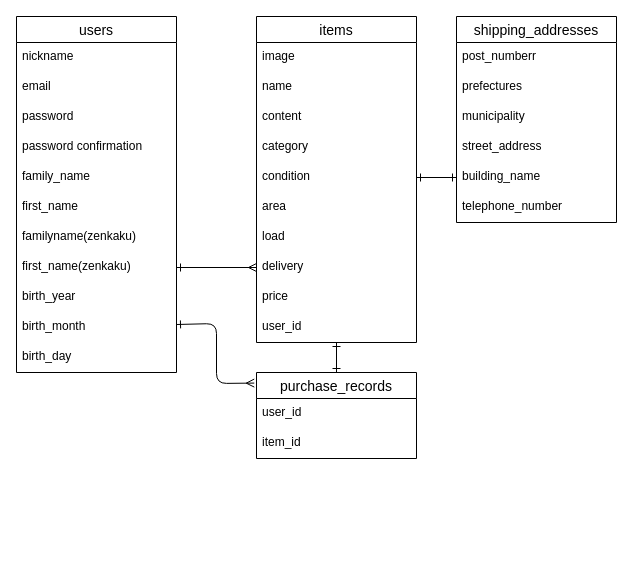
This is furima.dio from atk1825/furima-40553, a draw.io file, before an edit. Source tidied: cells renumbered, new cells numbered last; positions are measured from the earlier drawing's top-left corner, leaving out a move shared by most shapes. Both pictures are drawn from the tidied source at 100%, with x=0, y=0 at pixel (16, 16).
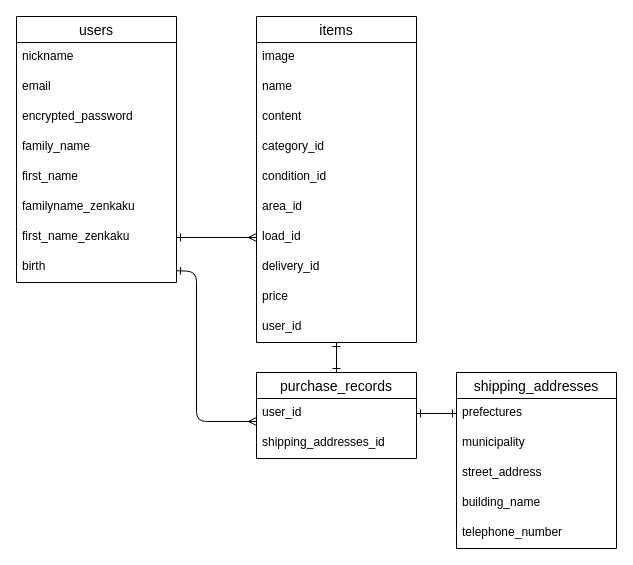
The same diagram, later.

The change refers to these unchanged cells:
```xml
<mxCell id="2" value="items" style="swimlane;fontStyle=0;horizontal=1;startSize=26;align=center;fontSize=14;" parent="1" vertex="1">
  <mxGeometry x="240" width="160" height="326" as="geometry" />
</mxCell>
<mxCell id="32" value="purchase_records" style="swimlane;fontStyle=0;horizontal=1;startSize=26;align=center;fontSize=14;" parent="1" vertex="1">
  <mxGeometry x="240" y="356" width="160" height="86" as="geometry" />
</mxCell>
<mxCell id="33" value="user_id" style="text;strokeColor=none;fillColor=none;spacingLeft=4;spacingRight=4;overflow=hidden;points=[[0,0.5],[1,0.5]];portConstraint=eastwest;fontSize=12;" parent="32" vertex="1">
  <mxGeometry y="26" width="160" height="30" as="geometry" />
</mxCell>
```

What changed in the source:
```diff
@@
-    <mxCell id="6" value="category" style="text;strokeColor=none;fillColor=none;spacingLeft=4;spacingRight=4;overflow=hidden;fontSize=12;" parent="2" vertex="1">
+    <mxCell id="6" value="category_id" style="text;strokeColor=none;fillColor=none;spacingLeft=4;spacingRight=4;overflow=hidden;fontSize=12;" parent="2" vertex="1">
       <mxGeometry y="116" width="160" height="30" as="geometry" />
     </mxCell>
-    <mxCell id="7" value="condition&#10;" style="text;strokeColor=none;fillColor=none;spacingLeft=4;spacingRight=4;overflow=hidden;points=[[0,0.5],[1,0.5]];portConstraint=eastwest;fontSize=12;" parent="2" vertex="1">
+    <mxCell id="7" value="condition_id&#10;" style="text;strokeColor=none;fillColor=none;spacingLeft=4;spacingRight=4;overflow=hidden;points=[[0,0.5],[1,0.5]];portConstraint=eastwest;fontSize=12;" parent="2" vertex="1">
       <mxGeometry y="146" width="160" height="30" as="geometry" />
     </mxCell>
-    <mxCell id="8" value="area" style="text;strokeColor=none;fillColor=none;spacingLeft=4;spacingRight=4;overflow=hidden;fontSize=12;" parent="2" vertex="1">
+    <mxCell id="8" value="area_id" style="text;strokeColor=none;fillColor=none;spacingLeft=4;spacingRight=4;overflow=hidden;fontSize=12;" parent="2" vertex="1">
       <mxGeometry y="176" width="160" height="30" as="geometry" />
     </mxCell>
-    <mxCell id="9" value="load" style="text;strokeColor=none;fillColor=none;spacingLeft=4;spacingRight=4;overflow=hidden;points=[[0,0.5],[1,0.5]];portConstraint=eastwest;fontSize=12;" parent="2" vertex="1">
+    <mxCell id="9" value="load_id" style="text;strokeColor=none;fillColor=none;spacingLeft=4;spacingRight=4;overflow=hidden;points=[[0,0.5],[1,0.5]];portConstraint=eastwest;fontSize=12;" parent="2" vertex="1">
       <mxGeometry y="206" width="160" height="30" as="geometry" />
     </mxCell>
-    <mxCell id="10" value="delivery&#10;" style="text;strokeColor=none;fillColor=none;spacingLeft=4;spacingRight=4;overflow=hidden;points=[[0,0.5],[1,0.5]];portConstraint=eastwest;fontSize=12;" parent="2" vertex="1">
+    <mxCell id="10" value="delivery_id" style="text;strokeColor=none;fillColor=none;spacingLeft=4;spacingRight=4;overflow=hidden;points=[[0,0.5],[1,0.5]];portConstraint=eastwest;fontSize=12;" parent="2" vertex="1">
       <mxGeometry y="236" width="160" height="30" as="geometry" />
     </mxCell>
@@
     <mxCell id="13" value="shipping_addresses" style="swimlane;fontStyle=0;horizontal=1;startSize=26;align=center;fontSize=14;" parent="1" vertex="1">
-      <mxGeometry x="440" width="160" height="206" as="geometry" />
+      <mxGeometry x="440" y="356" width="160" height="176" as="geometry" />
     </mxCell>
-    <mxCell id="14" value="post_numberr" style="text;strokeColor=none;fillColor=none;spacingLeft=4;spacingRight=4;overflow=hidden;fontSize=12;" parent="13" vertex="1">
-      <mxGeometry y="26" width="160" height="30" as="geometry" />
-    </mxCell>
     <mxCell id="15" value="prefectures" style="text;strokeColor=none;fillColor=none;spacingLeft=4;spacingRight=4;overflow=hidden;points=[[0,0.5],[1,0.5]];portConstraint=eastwest;fontSize=12;" parent="13" vertex="1">
-      <mxGeometry y="56" width="160" height="30" as="geometry" />
+      <mxGeometry y="26" width="160" height="30" as="geometry" />
     </mxCell>
     <mxCell id="16" value="municipality&#10;" style="text;strokeColor=none;fillColor=none;spacingLeft=4;spacingRight=4;overflow=hidden;fontSize=12;" parent="13" vertex="1">
-      <mxGeometry y="86" width="160" height="30" as="geometry" />
+      <mxGeometry y="56" width="160" height="30" as="geometry" />
     </mxCell>
     <mxCell id="17" value="street_address" style="text;strokeColor=none;fillColor=none;spacingLeft=4;spacingRight=4;overflow=hidden;fontSize=12;" parent="13" vertex="1">
-      <mxGeometry y="116" width="160" height="30" as="geometry" />
+      <mxGeometry y="86" width="160" height="30" as="geometry" />
     </mxCell>
     <mxCell id="18" value="building_name&#10;" style="text;strokeColor=none;fillColor=none;spacingLeft=4;spacingRight=4;overflow=hidden;points=[[0,0.5],[1,0.5]];portConstraint=eastwest;fontSize=12;" parent="13" vertex="1">
-      <mxGeometry y="146" width="160" height="30" as="geometry" />
+      <mxGeometry y="116" width="160" height="30" as="geometry" />
     </mxCell>
     <mxCell id="19" value="telephone_number" style="text;strokeColor=none;fillColor=none;spacingLeft=4;spacingRight=4;overflow=hidden;fontSize=12;" parent="13" vertex="1">
-      <mxGeometry y="176" width="160" height="30" as="geometry" />
+      <mxGeometry y="146" width="160" height="30" as="geometry" />
     </mxCell>
     <mxCell id="20" value="users" style="swimlane;fontStyle=0;horizontal=1;startSize=26;align=center;fontSize=14;" parent="1" vertex="1">
-      <mxGeometry width="160" height="356" as="geometry" />
+      <mxGeometry width="160" height="266" as="geometry" />
     </mxCell>
@@
-    <mxCell id="23" value="password" style="text;strokeColor=none;fillColor=none;spacingLeft=4;spacingRight=4;overflow=hidden;fontSize=12;" parent="20" vertex="1">
+    <mxCell id="23" value="encrypted_password" style="text;strokeColor=none;fillColor=none;spacingLeft=4;spacingRight=4;overflow=hidden;fontSize=12;" parent="20" vertex="1">
       <mxGeometry y="86" width="160" height="30" as="geometry" />
     </mxCell>
-    <mxCell id="24" value="password confirmation" style="text;strokeColor=none;fillColor=none;spacingLeft=4;spacingRight=4;overflow=hidden;fontSize=12;" parent="20" vertex="1">
-      <mxGeometry y="116" width="160" height="30" as="geometry" />
-    </mxCell>
     <mxCell id="25" value="family_name" style="text;strokeColor=none;fillColor=none;spacingLeft=4;spacingRight=4;overflow=hidden;fontSize=12;" parent="20" vertex="1">
-      <mxGeometry y="146" width="160" height="30" as="geometry" />
+      <mxGeometry y="116" width="160" height="30" as="geometry" />
     </mxCell>
     <mxCell id="26" value="first_name" style="text;strokeColor=none;fillColor=none;spacingLeft=4;spacingRight=4;overflow=hidden;fontSize=12;" parent="20" vertex="1">
-      <mxGeometry y="176" width="160" height="30" as="geometry" />
+      <mxGeometry y="146" width="160" height="30" as="geometry" />
     </mxCell>
-    <mxCell id="27" value="familyname(zenkaku)" style="text;strokeColor=none;fillColor=none;spacingLeft=4;spacingRight=4;overflow=hidden;fontSize=12;" parent="20" vertex="1">
-      <mxGeometry y="206" width="160" height="30" as="geometry" />
+    <mxCell id="27" value="familyname_zenkaku" style="text;strokeColor=none;fillColor=none;spacingLeft=4;spacingRight=4;overflow=hidden;fontSize=12;" parent="20" vertex="1">
+      <mxGeometry y="176" width="160" height="30" as="geometry" />
     </mxCell>
-    <mxCell id="28" value="first_name(zenkaku)" style="text;strokeColor=none;fillColor=none;spacingLeft=4;spacingRight=4;overflow=hidden;points=[[0,0.5],[1,0.5]];portConstraint=eastwest;fontSize=12;" parent="20" vertex="1">
-      <mxGeometry y="236" width="160" height="30" as="geometry" />
+    <mxCell id="28" value="first_name_zenkaku" style="text;strokeColor=none;fillColor=none;spacingLeft=4;spacingRight=4;overflow=hidden;points=[[0,0.5],[1,0.5]];portConstraint=eastwest;fontSize=12;" parent="20" vertex="1">
+      <mxGeometry y="206" width="160" height="30" as="geometry" />
     </mxCell>
-    <mxCell id="29" value="birth_year" style="text;strokeColor=none;fillColor=none;spacingLeft=4;spacingRight=4;overflow=hidden;points=[[0,0.5],[1,0.5]];portConstraint=eastwest;fontSize=12;" parent="20" vertex="1">
-      <mxGeometry y="266" width="160" height="30" as="geometry" />
+    <mxCell id="29" value="birth&#10;" style="text;strokeColor=none;fillColor=none;spacingLeft=4;spacingRight=4;overflow=hidden;points=[[0,0.5],[1,0.5]];portConstraint=eastwest;fontSize=12;" parent="20" vertex="1">
+      <mxGeometry y="236" width="160" height="30" as="geometry" />
     </mxCell>
-    <mxCell id="30" value="birth_month" style="text;strokeColor=none;fillColor=none;spacingLeft=4;spacingRight=4;overflow=hidden;fontSize=12;" parent="20" vertex="1">
-      <mxGeometry y="296" width="160" height="30" as="geometry" />
-    </mxCell>
-    <mxCell id="31" value="birth_day&#10;" style="text;strokeColor=none;fillColor=none;spacingLeft=4;spacingRight=4;overflow=hidden;fontSize=12;" parent="20" vertex="1">
-      <mxGeometry y="326" width="160" height="30" as="geometry" />
-    </mxCell>
@@
-    <mxCell id="34" value="item_id" style="text;strokeColor=none;fillColor=none;spacingLeft=4;spacingRight=4;overflow=hidden;fontSize=12;" parent="32" vertex="1">
+    <mxCell id="34" value="shipping_addresses_id" style="text;strokeColor=none;fillColor=none;spacingLeft=4;spacingRight=4;overflow=hidden;fontSize=12;" parent="32" vertex="1">
       <mxGeometry y="56" width="160" height="30" as="geometry" />
     </mxCell>
-    <mxCell id="35" style="edgeStyle=none;html=1;exitX=1;exitY=0.5;exitDx=0;exitDy=0;startArrow=ERone;startFill=0;endArrow=ERmany;endFill=0;entryX=-0.014;entryY=0.123;entryDx=0;entryDy=0;entryPerimeter=0;" parent="1" edge="1" target="32">
-      <mxGeometry relative="1" as="geometry">
-        <mxPoint x="160" y="308" as="sourcePoint" />
-        <Array as="points">
-          <mxPoint x="200" y="307" />
-          <mxPoint x="200" y="367" />
-        </Array>
-      </mxGeometry>
-    </mxCell>
@@
-    <mxCell id="37" style="edgeStyle=none;html=1;exitX=1;exitY=0.5;exitDx=0;exitDy=0;entryX=0;entryY=0.5;entryDx=0;entryDy=0;startArrow=ERone;startFill=0;endArrow=ERmany;endFill=0;" parent="1" edge="1" source="28" target="10">
+    <mxCell id="37" style="edgeStyle=none;html=1;exitX=1;exitY=0.5;exitDx=0;exitDy=0;entryX=0;entryY=0.5;entryDx=0;entryDy=0;startArrow=ERone;startFill=0;endArrow=ERmany;endFill=0;" parent="1" edge="1" source="28" target="9">
       <mxGeometry relative="1" as="geometry" />
     </mxCell>
-    <mxCell id="38" style="edgeStyle=none;html=1;exitX=1;exitY=0.5;exitDx=0;exitDy=0;entryX=0;entryY=0.5;entryDx=0;entryDy=0;startArrow=ERone;startFill=0;endArrow=ERone;endFill=0;" parent="1" edge="1" source="7" target="18">
-      <mxGeometry relative="1" as="geometry" />
-    </mxCell>
+    <mxCell id="39" style="edgeStyle=none;html=1;endArrow=ERmany;endFill=0;startArrow=ERone;startFill=0;" parent="1" edge="1" source="29">
+      <mxGeometry relative="1" as="geometry">
+        <mxPoint x="240" y="405" as="targetPoint" />
+        <Array as="points">
+          <mxPoint x="180" y="255" />
+          <mxPoint x="180" y="405" />
+        </Array>
+      </mxGeometry>
+    </mxCell>
+    <mxCell id="40" style="edgeStyle=none;html=1;exitX=1;exitY=0.5;exitDx=0;exitDy=0;entryX=0;entryY=0.5;entryDx=0;entryDy=0;startArrow=ERone;startFill=0;endArrow=ERone;endFill=0;" parent="1" edge="1" source="33" target="15">
+      <mxGeometry relative="1" as="geometry" />
+    </mxCell>
```
